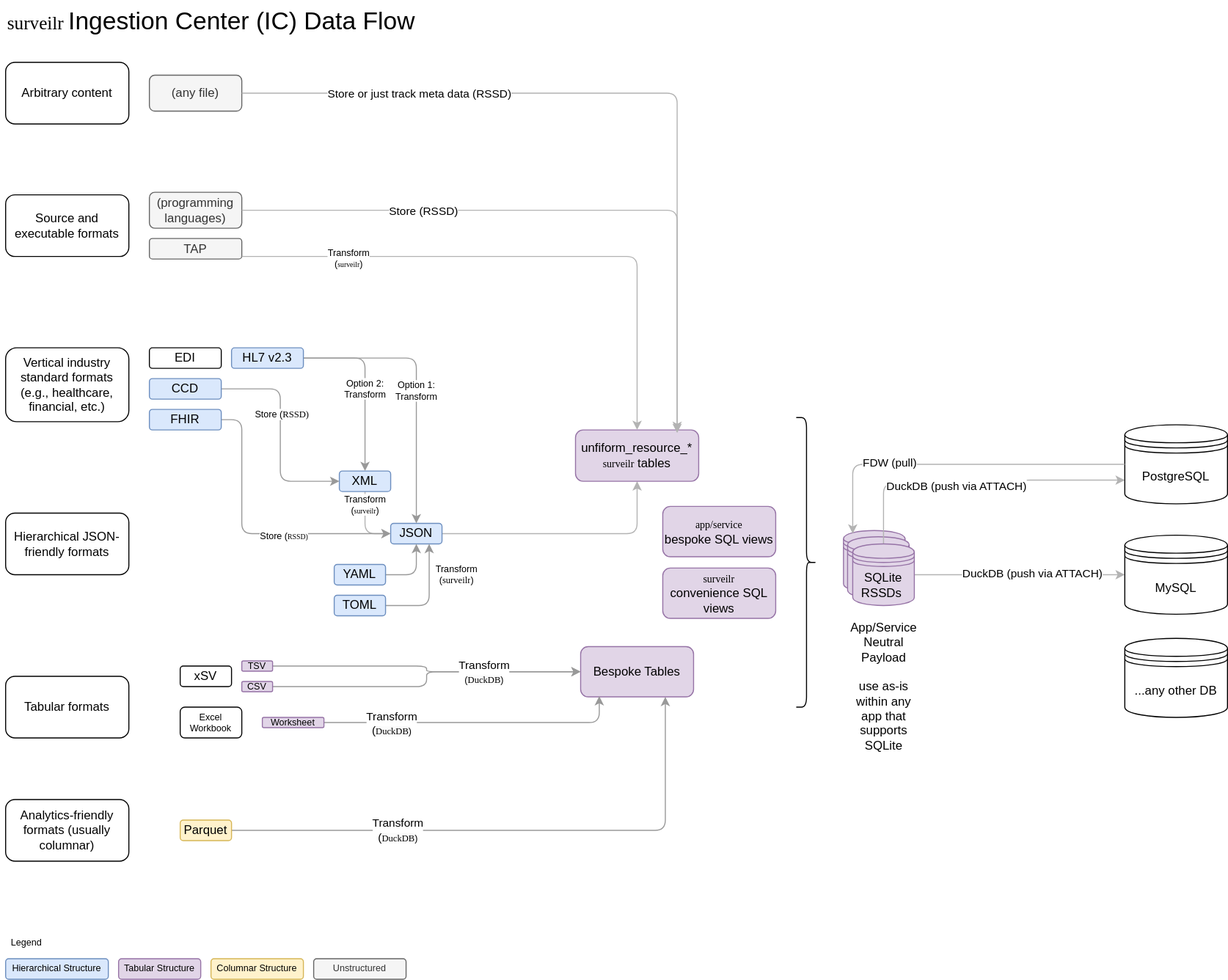
Earlier version of the draw.io export public/surveilr-ingestion-data-flow.drawio.svg (opsfolio/docs.opsfolio.com). Source tidied: cells renumbered, new cells last; positions are measured from the earlier drawing's top-left corner, leaving out a move shared by most shapes.
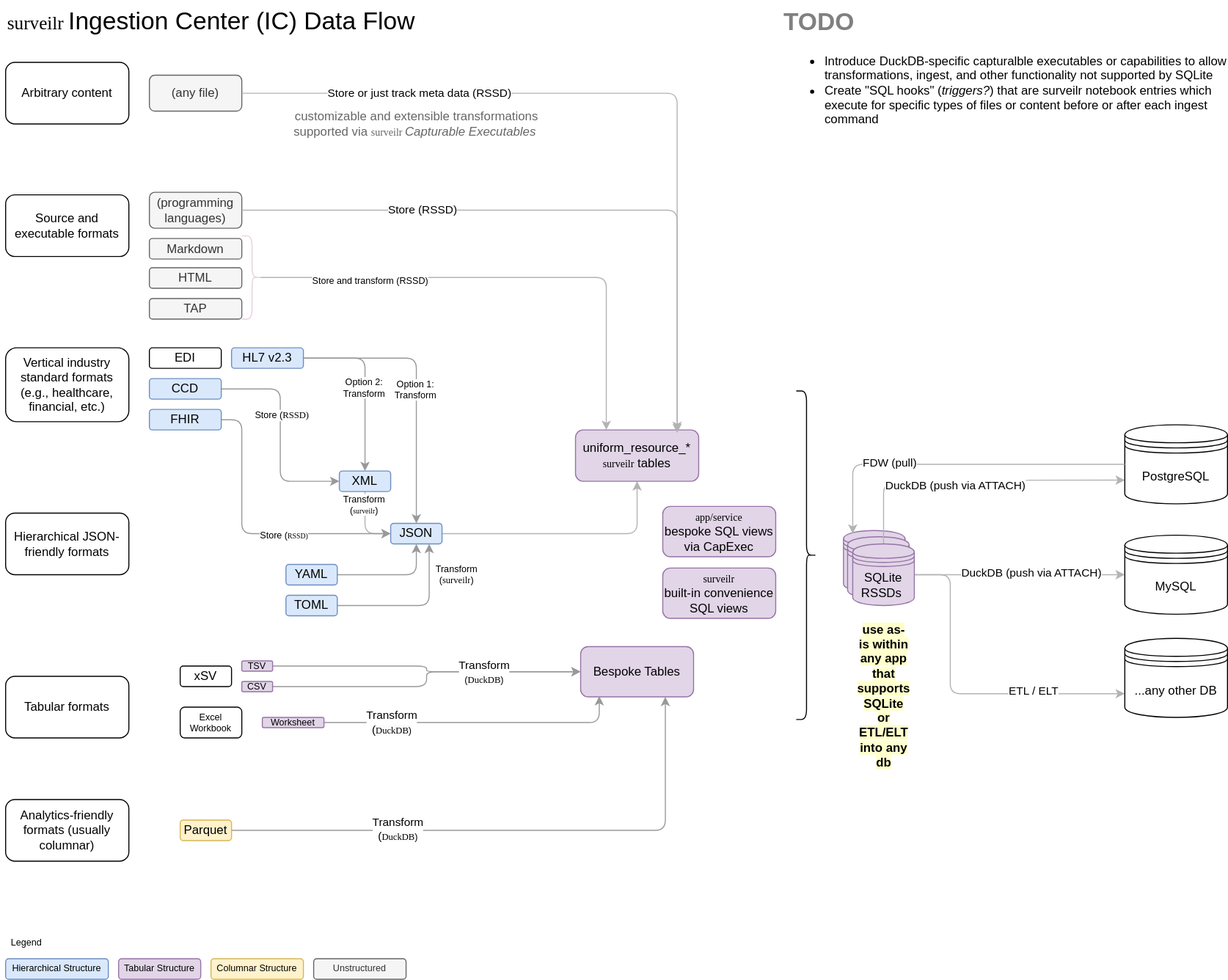
After the change.

Commit message:
increase clarity and add TODOs

The edit, as a diff of the source:
```diff
@@ -30,13 +30,13 @@
       <mxGeometry relative="1" as="geometry" />
     </mxCell>
     <mxCell id="11" value="YAML" style="rounded=1;whiteSpace=wrap;html=1;fillColor=#dae8fc;strokeColor=#6c8ebf;" parent="1" vertex="1">
-      <mxGeometry x="325" y="549" width="50" height="20" as="geometry" />
+      <mxGeometry x="278" y="549" width="50" height="20" as="geometry" />
     </mxCell>
     <mxCell id="12" style="edgeStyle=orthogonalEdgeStyle;rounded=1;jettySize=auto;html=1;entryX=0.75;entryY=1;entryDx=0;entryDy=0;strokeColor=#999999;" parent="1" edge="1" source="13" target="6">
       <mxGeometry relative="1" as="geometry" />
     </mxCell>
     <mxCell id="13" value="TOML" style="rounded=1;whiteSpace=wrap;html=1;fillColor=#dae8fc;strokeColor=#6c8ebf;" parent="1" vertex="1">
-      <mxGeometry x="325" y="579" width="50" height="20" as="geometry" />
+      <mxGeometry x="278" y="579" width="50" height="20" as="geometry" />
     </mxCell>
     <mxCell id="14" value="xSV" style="rounded=1;whiteSpace=wrap;html=1;" parent="1" vertex="1">
       <mxGeometry x="175" y="648" width="50" height="20" as="geometry" />
@@ -151,22 +151,20 @@
     <mxCell id="49" value="(programming languages)" style="rounded=1;whiteSpace=wrap;html=1;fillColor=#f5f5f5;strokeColor=#666666;fontColor=#333333;" parent="1" vertex="1">
       <mxGeometry x="145" y="186.5" width="90" height="35" as="geometry" />
     </mxCell>
+    <mxCell id="76" style="edgeStyle=orthogonalEdgeStyle;rounded=1;jettySize=auto;html=1;entryX=0.25;entryY=0;entryDx=0;entryDy=0;curved=0;strokeColor=#B3B3B3;exitX=0.1;exitY=0.5;exitDx=0;exitDy=0;exitPerimeter=0;" parent="1" edge="1" source="84" target="51">
+      <mxGeometry relative="1" as="geometry" />
+    </mxCell>
+    <mxCell id="77" value="&lt;span style=&quot;font-size: 9px;&quot;&gt;Store and transform (RSSD)&lt;/span&gt;" style="edgeLabel;html=1;align=center;verticalAlign=middle;" parent="76" vertex="1">
+      <mxGeometry x="-0.56" y="-1" relative="1" as="geometry">
+        <mxPoint y="1" as="offset" />
+      </mxGeometry>
+    </mxCell>
-    <mxCell id="50" value="TAP" style="rounded=1;whiteSpace=wrap;html=1;fillColor=#f5f5f5;strokeColor=#666666;fontColor=#333333;" parent="1" vertex="1">
+    <mxCell id="50" value="Markdown" style="rounded=1;whiteSpace=wrap;html=1;fillColor=#f5f5f5;strokeColor=#666666;fontColor=#333333;" parent="1" vertex="1">
       <mxGeometry x="145" y="231.5" width="90" height="20" as="geometry" />
     </mxCell>
-    <mxCell id="51" value="unfiform_resource_*&lt;div&gt;&lt;font style=&quot;font-size: 10px;&quot; face=&quot;Lucida Console&quot;&gt;surveilr&lt;/font&gt;&amp;nbsp;&lt;span style=&quot;background-color: initial;&quot;&gt;tables&lt;/span&gt;&lt;/div&gt;" style="rounded=1;whiteSpace=wrap;html=1;fillColor=#e1d5e7;strokeColor=#9673a6;" parent="1" vertex="1">
+    <mxCell id="51" value="uniform_resource_*&lt;div&gt;&lt;font style=&quot;font-size: 10px;&quot; face=&quot;Lucida Console&quot;&gt;surveilr&lt;/font&gt;&amp;nbsp;&lt;span style=&quot;background-color: initial;&quot;&gt;tables&lt;/span&gt;&lt;/div&gt;" style="rounded=1;whiteSpace=wrap;html=1;fillColor=#e1d5e7;strokeColor=#9673a6;" parent="1" vertex="1">
       <mxGeometry x="560" y="418" width="120" height="50" as="geometry" />
     </mxCell>
-    <mxCell id="52" style="edgeStyle=orthogonalEdgeStyle;rounded=1;jettySize=auto;html=1;entryX=0.5;entryY=0;entryDx=0;entryDy=0;curved=0;strokeColor=#B3B3B3;" parent="1" edge="1" source="50" target="51">
-      <mxGeometry relative="1" as="geometry">
-        <Array as="points">
-          <mxPoint x="620" y="249" />
-        </Array>
-      </mxGeometry>
-    </mxCell>
-    <mxCell id="53" value="Transform&lt;br&gt;(&lt;font style=&quot;font-size: 7px;&quot; face=&quot;Lucida Console&quot;&gt;surveilr&lt;/font&gt;)" style="edgeLabel;html=1;align=center;verticalAlign=middle;fontSize=9;" parent="52" vertex="1">
-      <mxGeometry x="-0.63" y="-1" relative="1" as="geometry" />
-    </mxCell>
     <mxCell id="54" style="edgeStyle=orthogonalEdgeStyle;rounded=1;jettySize=auto;html=1;entryX=0.825;entryY=0.02;entryDx=0;entryDy=0;entryPerimeter=0;curved=0;strokeColor=#B3B3B3;" parent="1" edge="1" source="49" target="51">
       <mxGeometry relative="1" as="geometry" />
     </mxCell>
@@ -186,13 +184,13 @@
       <mxGeometry x="-0.54" relative="1" as="geometry" />
     </mxCell>
     <mxCell id="60" style="shape=curlyBracket;whiteSpace=wrap;html=1;rounded=1;flipH=1;labelPosition=right;verticalLabelPosition=middle;align=left;verticalAlign=middle;" parent="1" vertex="1">
-      <mxGeometry x="775" y="406" width="20" height="282" as="geometry" />
+      <mxGeometry x="775" y="380" width="20" height="320" as="geometry" />
     </mxCell>
     <mxCell id="61" value="SQLite RSSD&amp;nbsp;" style="shape=datastore;whiteSpace=wrap;html=1;fillColor=#e1d5e7;strokeColor=#9673a6;" parent="1" vertex="1">
       <mxGeometry x="821" y="516" width="60" height="60" as="geometry" />
     </mxCell>
-    <mxCell id="62" value="&lt;span style=&quot;text-wrap: wrap;&quot;&gt;App/Service Neutral Payload&lt;/span&gt;&lt;div&gt;&lt;span style=&quot;text-wrap: wrap;&quot;&gt;&lt;br&gt;&lt;/span&gt;&lt;/div&gt;&lt;div&gt;&lt;span style=&quot;text-wrap: wrap;&quot;&gt;use as-is within any app that supports SQLite&lt;/span&gt;&lt;/div&gt;" style="text;html=1;align=center;verticalAlign=middle;strokeColor=none;fillColor=none;" parent="1" vertex="1">
-      <mxGeometry x="730" y="638" width="260" height="60" as="geometry" />
+    <mxCell id="62" value="&lt;div&gt;&lt;b style=&quot;text-wrap: wrap; background-color: rgb(255, 255, 204);&quot;&gt;use as-is within any app that supports SQLite or ETL/ELT into any db&lt;/b&gt;&lt;br&gt;&lt;/div&gt;" style="text;html=1;align=center;verticalAlign=middle;strokeColor=none;fillColor=none;" parent="1" vertex="1">
+      <mxGeometry x="650" y="662" width="420" height="30" as="geometry" />
     </mxCell>
     <mxCell id="63" value="SQLite RSSD&amp;nbsp;" style="shape=datastore;whiteSpace=wrap;html=1;fillColor=#e1d5e7;strokeColor=#9673a6;" parent="1" vertex="1">
       <mxGeometry x="825" y="522" width="60" height="60" as="geometry" />
@@ -215,13 +213,24 @@
     <mxCell id="67" value="DuckDB (push via ATTACH)" style="edgeLabel;html=1;align=center;verticalAlign=middle;" parent="66" vertex="1">
       <mxGeometry x="0.11" y="2" relative="1" as="geometry" />
     </mxCell>
+    <mxCell id="78" style="edgeStyle=orthogonalEdgeStyle;rounded=1;jettySize=auto;html=1;entryX=0;entryY=0.7;entryDx=0;entryDy=0;curved=0;strokeColor=#B3B3B3;" parent="1" edge="1" source="68" target="73">
+      <mxGeometry relative="1" as="geometry">
+        <Array as="points">
+          <mxPoint x="925" y="559" />
+          <mxPoint x="925" y="675" />
+        </Array>
+      </mxGeometry>
+    </mxCell>
+    <mxCell id="79" value="ETL / ELT" style="edgeLabel;html=1;align=center;verticalAlign=middle;" parent="78" vertex="1">
+      <mxGeometry x="0.44" y="3" relative="1" as="geometry" />
+    </mxCell>
     <mxCell id="68" value="SQLite RSSDs&amp;nbsp;" style="shape=datastore;whiteSpace=wrap;html=1;fillColor=#e1d5e7;strokeColor=#9673a6;" parent="1" vertex="1">
       <mxGeometry x="830" y="529" width="60" height="60" as="geometry" />
     </mxCell>
-    <mxCell id="69" value="&lt;font style=&quot;font-size: 10px;&quot; face=&quot;Lucida Console&quot;&gt;surveilr&lt;br&gt;&lt;/font&gt;&lt;span style=&quot;background-color: initial;&quot;&gt;convenience SQL views&lt;/span&gt;" style="rounded=1;whiteSpace=wrap;html=1;fillColor=#e1d5e7;strokeColor=#9673a6;" parent="1" vertex="1">
+    <mxCell id="69" value="&lt;font style=&quot;font-size: 10px;&quot; face=&quot;Lucida Console&quot;&gt;surveilr&lt;br&gt;&lt;/font&gt;&lt;span style=&quot;background-color: initial;&quot;&gt;built-in convenience SQL views&lt;/span&gt;" style="rounded=1;whiteSpace=wrap;html=1;fillColor=#e1d5e7;strokeColor=#9673a6;" parent="1" vertex="1">
       <mxGeometry x="645" y="552.5" width="110" height="49" as="geometry" />
     </mxCell>
-    <mxCell id="70" value="&lt;font style=&quot;font-size: 10px;&quot; face=&quot;Lucida Console&quot;&gt;app/service&lt;br&gt;&lt;/font&gt;&lt;span style=&quot;background-color: initial;&quot;&gt;bespoke SQL views&lt;/span&gt;" style="rounded=1;whiteSpace=wrap;html=1;fillColor=#e1d5e7;strokeColor=#9673a6;" parent="1" vertex="1">
+    <mxCell id="70" value="&lt;font style=&quot;font-size: 10px;&quot; face=&quot;Lucida Console&quot;&gt;app/service&lt;br&gt;&lt;/font&gt;&lt;span style=&quot;background-color: initial;&quot;&gt;bespoke SQL views via CapExec&lt;/span&gt;" style="rounded=1;whiteSpace=wrap;html=1;fillColor=#e1d5e7;strokeColor=#9673a6;" parent="1" vertex="1">
       <mxGeometry x="645" y="492.5" width="110" height="49" as="geometry" />
     </mxCell>
     <mxCell id="71" value="PostgreSQL" style="shape=datastore;whiteSpace=wrap;html=1;" parent="1" vertex="1">
@@ -239,5 +248,20 @@
     <mxCell id="75" value="FDW (pull)" style="edgeLabel;html=1;align=center;verticalAlign=middle;" parent="74" vertex="1">
       <mxGeometry x="0.38" y="-2" relative="1" as="geometry" />
     </mxCell>
+    <mxCell id="80" value="customizable and extensible transformations&lt;div&gt;supported via &lt;font style=&quot;font-size: 10px;&quot; face=&quot;Lucida Console&quot;&gt;surveilr &lt;/font&gt;&lt;i&gt;Capturable Executables&lt;/i&gt;&amp;nbsp;&lt;/div&gt;" style="text;html=1;align=center;verticalAlign=middle;strokeColor=none;fillColor=none;fontColor=#666666;" parent="1" vertex="1">
+      <mxGeometry x="265" y="100" width="280" height="40" as="geometry" />
+    </mxCell>
+    <mxCell id="81" value="&lt;h1 style=&quot;margin-top: 0px;&quot;&gt;&lt;font color=&quot;#808080&quot;&gt;TODO&lt;/font&gt;&lt;/h1&gt;&lt;p&gt;&lt;/p&gt;&lt;ul&gt;&lt;li&gt;Introduce DuckDB-specific capturalble executables or capabilities to allow transformations, ingest, and other functionality not supported by SQLite&lt;/li&gt;&lt;li&gt;Create &quot;SQL hooks&quot; (&lt;i&gt;triggers?&lt;/i&gt;) that are surveilr notebook entries which execute for specific types of files or content before or after each ingest command&lt;/li&gt;&lt;/ul&gt;&lt;p&gt;&lt;/p&gt;" style="text;html=1;whiteSpace=wrap;overflow=hidden;rounded=0;" parent="1" vertex="1">
+      <mxGeometry x="761" width="434" height="120" as="geometry" />
+    </mxCell>
+    <mxCell id="82" value="TAP" style="rounded=1;whiteSpace=wrap;html=1;fillColor=#f5f5f5;strokeColor=#666666;fontColor=#333333;" parent="1" vertex="1">
+      <mxGeometry x="145" y="290" width="90" height="20" as="geometry" />
+    </mxCell>
+    <mxCell id="83" value="HTML" style="rounded=1;whiteSpace=wrap;html=1;fillColor=#f5f5f5;strokeColor=#666666;fontColor=#333333;" parent="1" vertex="1">
+      <mxGeometry x="145" y="260" width="90" height="20" as="geometry" />
+    </mxCell>
+    <mxCell id="84" style="shape=curlyBracket;whiteSpace=wrap;html=1;rounded=1;flipH=1;labelPosition=right;verticalLabelPosition=middle;align=left;verticalAlign=middle;strokeColor=#E6D0DE;" parent="1" vertex="1">
+      <mxGeometry x="235" y="229" width="20" height="81" as="geometry" />
+    </mxCell>
   </root>
 </mxGraphModel>
```
